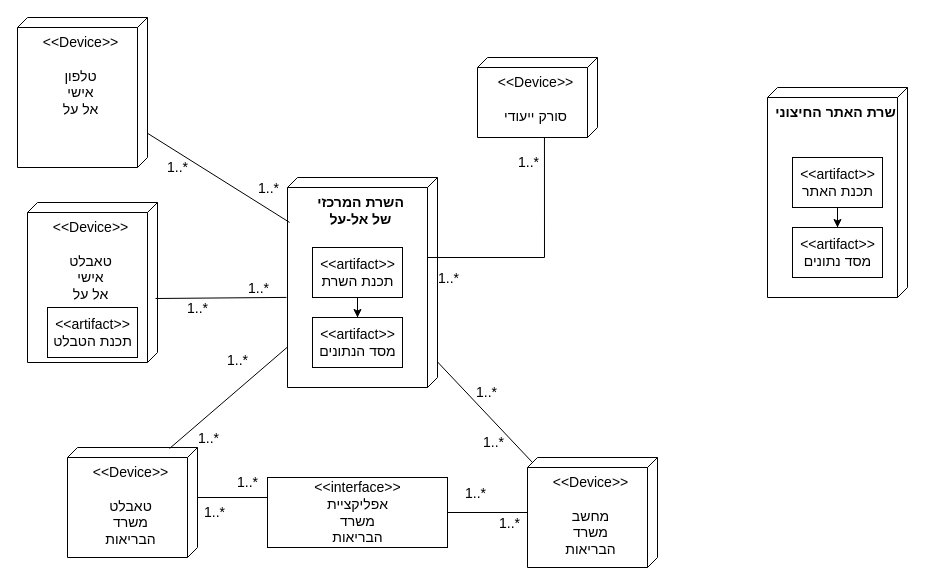
This is Untitled Diagram.drawio from Moaad-abe/Rafiki-App, a draw.io file, before an edit. Source tidied: cells renumbered, new cells numbered last; positions are measured from the earlier drawing's top-left corner, leaving out a move shared by most shapes. Both pictures are drawn from the tidied source at 100%, with x=0, y=0 at pixel (17, 17).
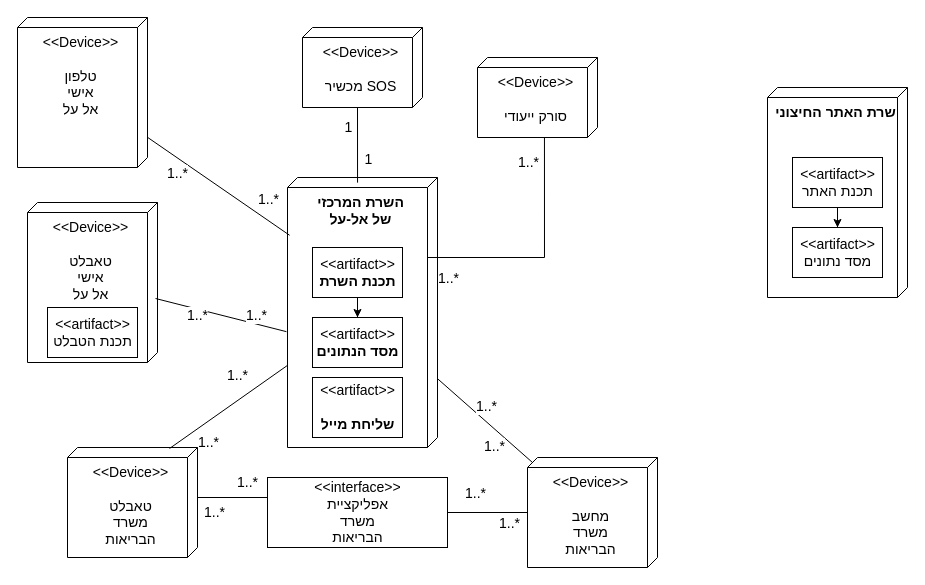
The same diagram, later.

Diff of the diagram source:
```diff
@@
     <mxCell id="2" value="&lt;div align=&quot;center&quot;&gt;&lt;b&gt;&lt;font style=&quot;font-size: 14px&quot;&gt;השרת המרכזי&lt;/font&gt;&lt;/b&gt;&lt;/div&gt;&lt;div align=&quot;center&quot;&gt;&lt;b&gt;&lt;font style=&quot;font-size: 14px&quot;&gt; של אל-על&lt;/font&gt;&lt;/b&gt;&lt;/div&gt;" style="verticalAlign=top;align=center;shape=cube;size=10;direction=south;fontStyle=0;html=1;boundedLbl=1;spacingLeft=5;" parent="1" vertex="1">
-      <mxGeometry x="270" y="160" width="150" height="210" as="geometry" />
+      <mxGeometry x="270" y="160" width="150" height="270" as="geometry" />
     </mxCell>
@@
-    <mxCell id="8" value="&amp;lt;&amp;lt;artifact&amp;gt;&amp;gt;&lt;br&gt;תכנת השרת" style="text;html=1;align=center;verticalAlign=middle;dashed=0;fillColor=#ffffff;strokeColor=#000000;fontSize=14;" parent="1" vertex="1">
+    <mxCell id="8" value="&amp;lt;&amp;lt;artifact&amp;gt;&amp;gt;&lt;br&gt;&lt;b&gt;תכנת השרת&lt;/b&gt;" style="text;html=1;align=center;verticalAlign=middle;dashed=0;fillColor=#ffffff;strokeColor=#000000;fontSize=14;" parent="1" vertex="1">
       <mxGeometry x="295" y="230" width="90" height="50" as="geometry" />
     </mxCell>
-    <mxCell id="9" value="&lt;div&gt;&amp;lt;&amp;lt;artifact&amp;gt;&amp;gt;&lt;/div&gt;&lt;div&gt;מסד הנתונים&lt;br&gt;&lt;/div&gt;" style="text;html=1;align=center;verticalAlign=middle;dashed=0;fillColor=#ffffff;strokeColor=#000000;fontSize=14;" parent="1" vertex="1">
+    <mxCell id="9" value="&lt;div&gt;&amp;lt;&amp;lt;artifact&amp;gt;&amp;gt;&lt;/div&gt;&lt;div&gt;&lt;b&gt;מסד הנתונים&lt;/b&gt;&lt;br&gt;&lt;/div&gt;" style="text;html=1;align=center;verticalAlign=middle;dashed=0;fillColor=#ffffff;strokeColor=#000000;fontSize=14;" parent="1" vertex="1">
       <mxGeometry x="295" y="300" width="90" height="50" as="geometry" />
     </mxCell>
@@
+    <mxCell id="38" value="&lt;div align=&quot;center&quot;&gt;&amp;lt;&amp;lt;Device&amp;gt;&amp;gt;&lt;/div&gt;&lt;div align=&quot;center&quot;&gt;&lt;br&gt;&lt;/div&gt;&lt;div align=&quot;center&quot;&gt;מכשיר SOS&lt;br&gt;&lt;/div&gt;" style="verticalAlign=top;align=center;shape=cube;size=10;direction=south;fontStyle=0;html=1;boundedLbl=1;spacingLeft=5;fontSize=14;" parent="1" vertex="1">
+      <mxGeometry x="285" y="10" width="120" height="80" as="geometry" />
+    </mxCell>
+    <mxCell id="39" style="endArrow=none;html=1;rounded=0;fontSize=14;entryX=0.019;entryY=0.533;entryDx=0;entryDy=0;entryPerimeter=0;exitX=0;exitY=0;exitDx=80;exitDy=65;exitPerimeter=0;" parent="1" edge="1" source="38" target="2">
+      <mxGeometry relative="1" as="geometry" />
+    </mxCell>
+    <mxCell id="40" value="1" style="edgeLabel;html=1;align=center;verticalAlign=middle;fontSize=14;" parent="39" vertex="1">
+      <mxGeometry x="0.63" y="-3" relative="1" as="geometry">
+        <mxPoint x="13" y="-10" as="offset" />
+      </mxGeometry>
+    </mxCell>
+    <mxCell id="41" value="1" style="edgeLabel;html=1;align=center;verticalAlign=middle;fontSize=14;" parent="39" vertex="1">
+      <mxGeometry x="-0.6" relative="1" as="geometry">
+        <mxPoint x="-10" y="5" as="offset" />
+      </mxGeometry>
+    </mxCell>
+    <mxCell id="42" value="&amp;lt;&amp;lt;artifact&amp;gt;&amp;gt;&lt;br&gt;&lt;br&gt;&lt;b&gt;שליחת מייל&lt;/b&gt;" style="text;html=1;align=center;verticalAlign=middle;dashed=0;fillColor=#ffffff;strokeColor=#000000;fontSize=14;" parent="1" vertex="1">
+      <mxGeometry x="295" y="360" width="90" height="60" as="geometry" />
+    </mxCell>
```
